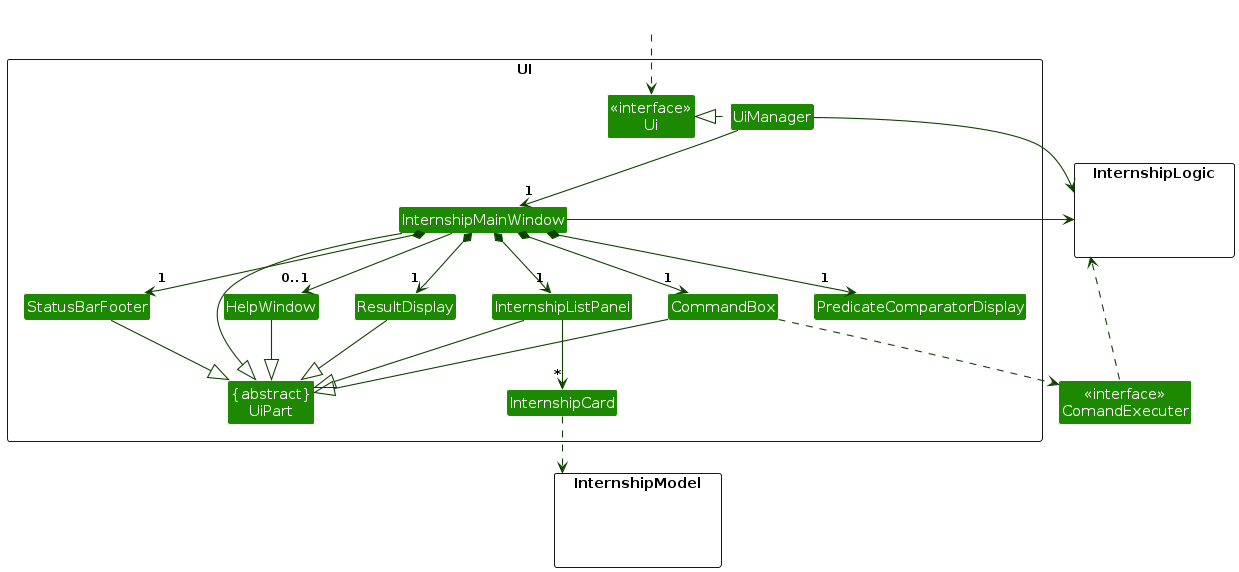
Earlier version of the PlantUML export diagrams/UiClassDiagram.png (AY2324S1-CS2103T-W17-1/tp). Its source is kept beside it as diagrams/UiClassDiagram.puml.
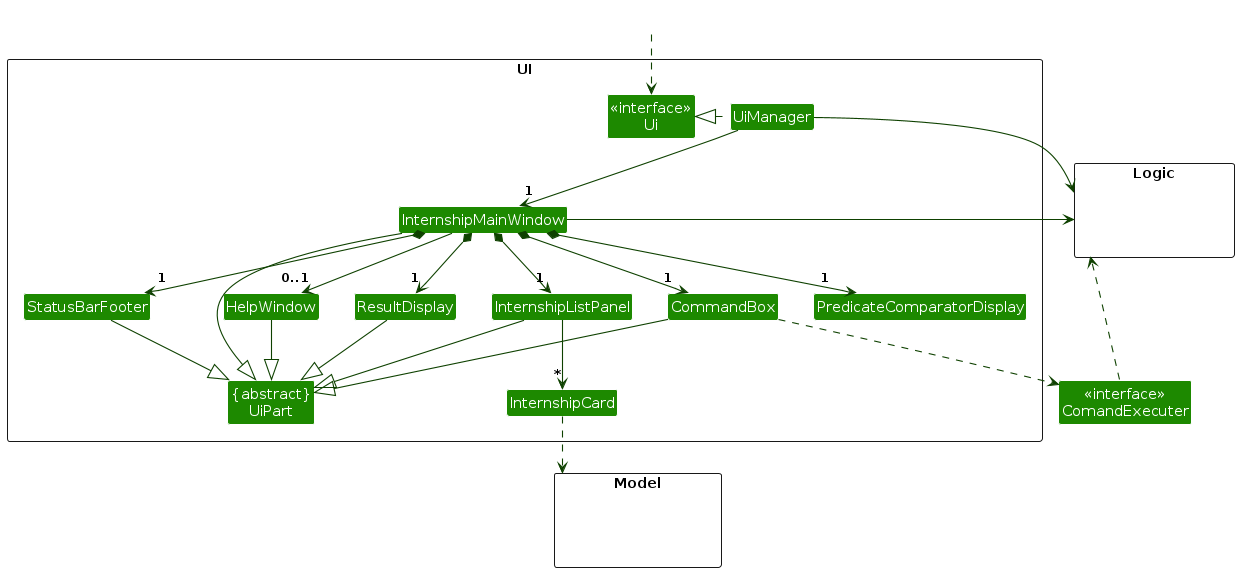
Above is the later version.

What changed in the source:
```diff
@@ -18,11 +18,11 @@
 Class PredicateComparatorDisplay
 }
 
-package InternshipModel <<Rectangle>> {
+package Model <<Rectangle>> {
 Class HiddenModel #FFFFFF
 }
 
-package InternshipLogic <<Rectangle>> {
+package Logic <<Rectangle>> {
 Class HiddenLogic #FFFFFF
 }
 
@@ -51,10 +51,10 @@
 HelpWindow --|> UiPart
 
 CommandBox ..> CommandExecuter
-InternshipCard ..> InternshipModel
-CommandExecuter ..> InternshipLogic
-UiManager -right-> InternshipLogic
-InternshipMainWindow -left-> InternshipLogic
+InternshipCard ..> Model
+CommandExecuter ..> Logic
+UiManager -right-> Logic
+InternshipMainWindow -left-> Logic
 
 InternshipListPanel -[hidden]left- HelpWindow
 HelpWindow -[hidden]left- CommandBox
```
